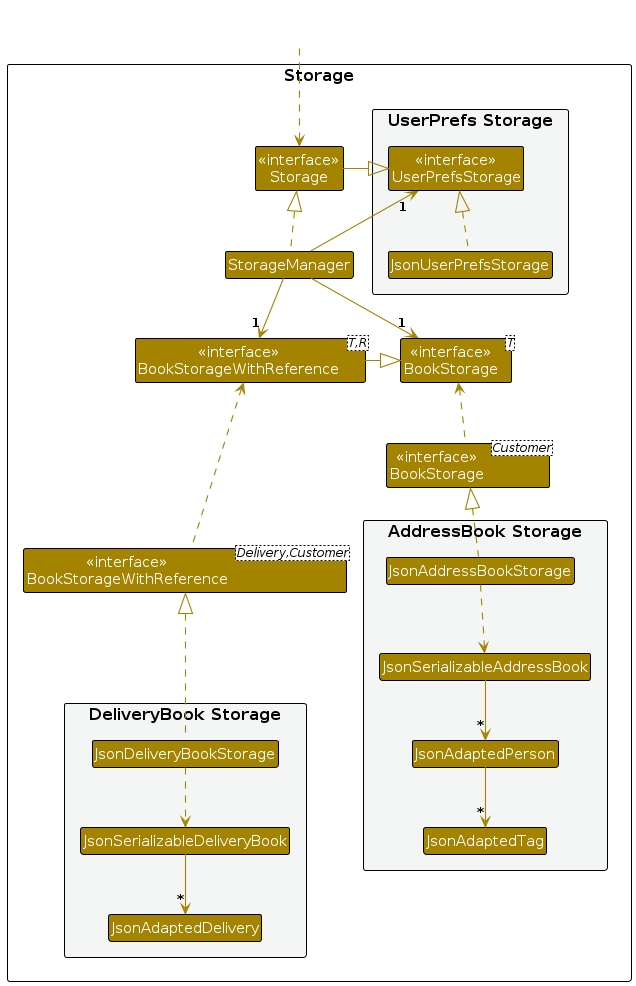
This is diagrams/StorageClassDiagram.png from zhonghan721/tp, a PlantUML export, as it was before one commit. Its source is kept beside it as diagrams/StorageClassDiagram.puml. The source it was exported from:
```plantuml
@startuml
!include style.puml
skinparam arrowThickness 1.1
skinparam arrowColor STORAGE_COLOR
skinparam classBackgroundColor STORAGE_COLOR

package Storage as StoragePackage {

package "UserPrefs Storage" #F4F6F6{
Class "<<interface>>\nUserPrefsStorage" as UserPrefsStorage
Class JsonUserPrefsStorage
}


Class "<<interface>>\nStorage" as Storage
Class StorageManager
Class "<<interface>>\nBookStorage<T>" as BookStorage
Class "<<interface>>\nBookStorage<Customer>" as BookStorageCustomer
Class "<<interface>>\nBookStorageWithReference<T,R>" as BookStorageWithReference
Class "<<interface>>\nBookStorageWithReference<Delivery,Customer>" as BookStorageWithReferenceDeliveryCustomer
BookStorageWithReference -|> BookStorage


package "AddressBook Storage" #F4F6F6{
Class JsonAddressBookStorage
Class JsonSerializableAddressBook
Class JsonAdaptedPerson
Class JsonAdaptedTag
}

package "DeliveryBook Storage" #F4F6F6{
Class JsonDeliveryBookStorage
Class JsonSerializableDeliveryBook
Class JsonAdaptedDelivery
}

}

Class HiddenOutside<<HIDDEN>> #FFFFFF
HiddenOutside ..> Storage

StorageManager .up.|> Storage
StorageManager -left-> "1" UserPrefsStorage
StorageManager -down-> "1" BookStorageWithReference
StorageManager -down-> "1" BookStorage

Storage -|> UserPrefsStorage

JsonUserPrefsStorage .up.|> UserPrefsStorage
BookStorageCustomer .up.> BookStorage
JsonAddressBookStorage .up.|> BookStorageCustomer
JsonAddressBookStorage ..> JsonSerializableAddressBook
JsonSerializableAddressBook --> "*" JsonAdaptedPerson
JsonAdaptedPerson --> "*" JsonAdaptedTag

BookStorageWithReferenceDeliveryCustomer .up..> BookStorageWithReference
JsonDeliveryBookStorage .up..|> BookStorageWithReferenceDeliveryCustomer
JsonDeliveryBookStorage ..> JsonSerializableDeliveryBook
JsonSerializableDeliveryBook --> "*" JsonAdaptedDelivery

@enduml
```
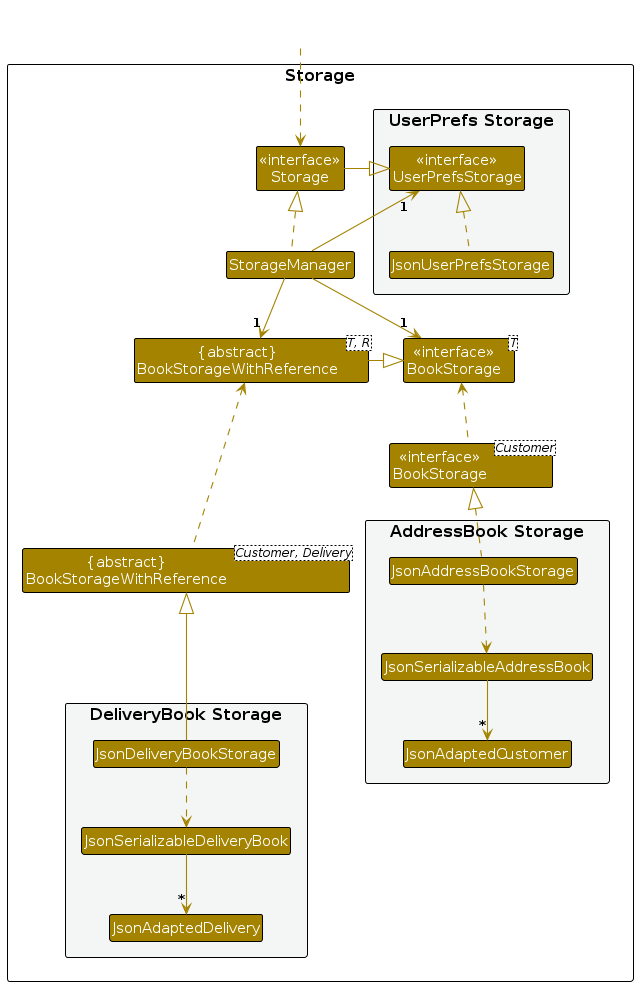
Later version of the same file.

Change to the diagram source:
```diff
@@ -16,16 +16,15 @@
 Class StorageManager
 Class "<<interface>>\nBookStorage<T>" as BookStorage
 Class "<<interface>>\nBookStorage<Customer>" as BookStorageCustomer
-Class "<<interface>>\nBookStorageWithReference<T,R>" as BookStorageWithReference
-Class "<<interface>>\nBookStorageWithReference<Delivery,Customer>" as BookStorageWithReferenceDeliveryCustomer
+Class "{abstract}\nBookStorageWithReference<T, R>" as BookStorageWithReference
+Class "{abstract}\nBookStorageWithReference<Customer, Delivery>" as BookStorageWithReferenceDeliveryCustomer
 BookStorageWithReference -|> BookStorage
 
 
 package "AddressBook Storage" #F4F6F6{
 Class JsonAddressBookStorage
 Class JsonSerializableAddressBook
-Class JsonAdaptedPerson
-Class JsonAdaptedTag
+Class JsonAdaptedCustomer
 }
 
 package "DeliveryBook Storage" #F4F6F6{
@@ -50,11 +49,11 @@
 BookStorageCustomer .up.> BookStorage
 JsonAddressBookStorage .up.|> BookStorageCustomer
 JsonAddressBookStorage ..> JsonSerializableAddressBook
-JsonSerializableAddressBook --> "*" JsonAdaptedPerson
-JsonAdaptedPerson --> "*" JsonAdaptedTag
+JsonSerializableAddressBook --> "*" JsonAdaptedCustomer
+
 
 BookStorageWithReferenceDeliveryCustomer .up..> BookStorageWithReference
-JsonDeliveryBookStorage .up..|> BookStorageWithReferenceDeliveryCustomer
+JsonDeliveryBookStorage -up--|> BookStorageWithReferenceDeliveryCustomer
 JsonDeliveryBookStorage ..> JsonSerializableDeliveryBook
 JsonSerializableDeliveryBook --> "*" JsonAdaptedDelivery
 
```
